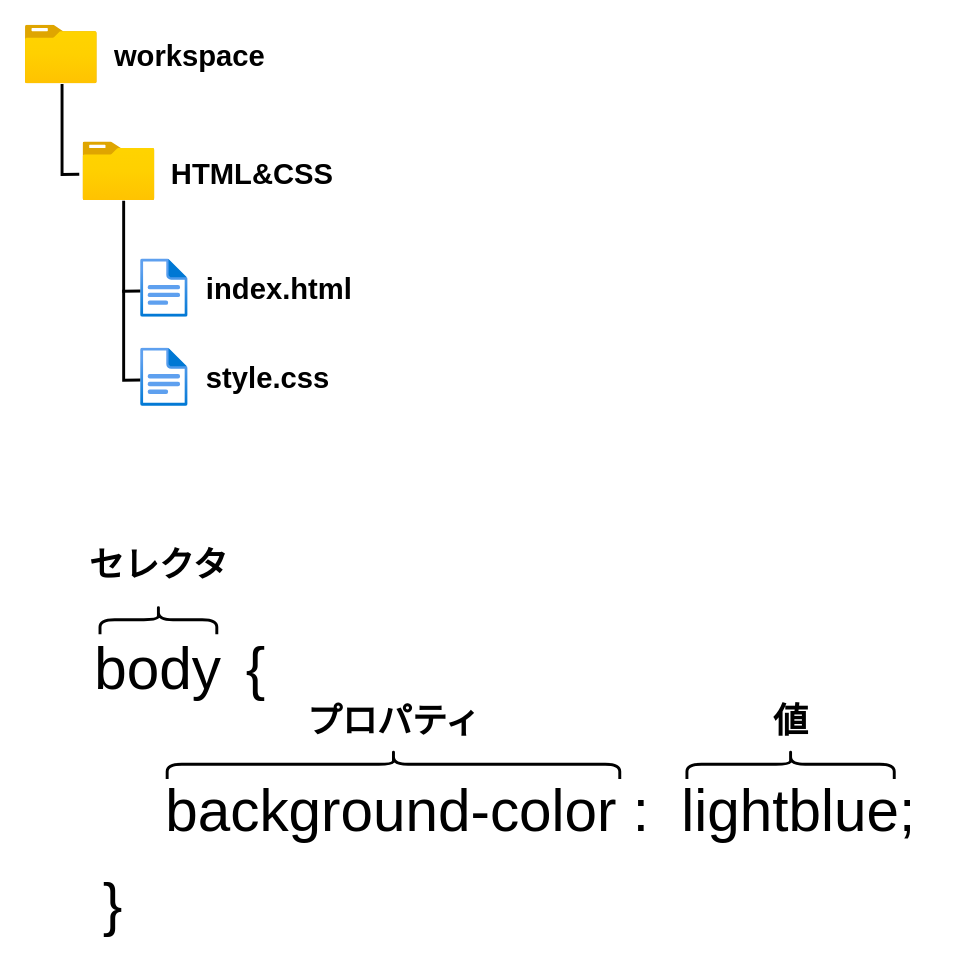
The draw.io diagram content/blog/HelloWeb/03/images/image.drawio in kento-yoshidu/haskell, before the edit. Source tidied: cells renumbered, new cells numbered last; positions are measured from the earlier drawing's top-left corner, leaving out a move shared by most shapes. Both pictures are drawn from the tidied source at 146%, with x=0, y=0 at pixel (25, 25).
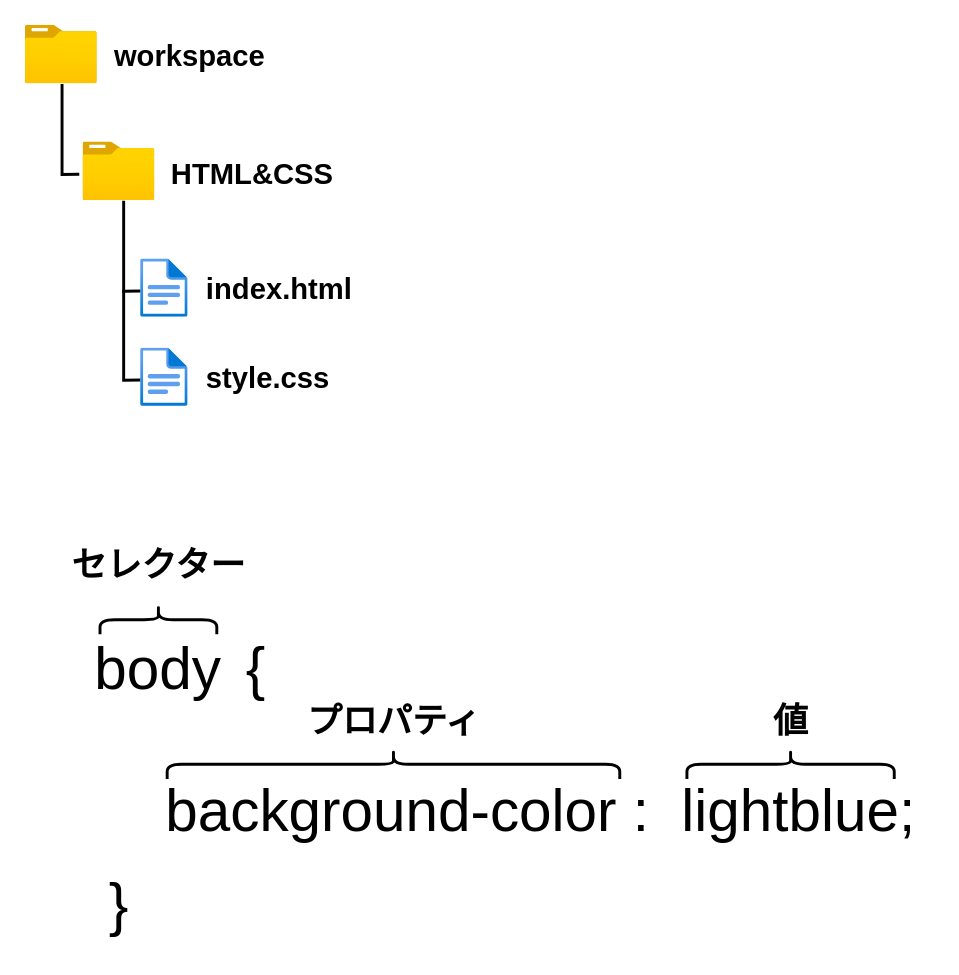
After the change.

Diff of the diagram source:
```diff
@@
-    <mxCell id="3" value="セレクタ" style="text;strokeColor=none;fillColor=none;html=1;fontSize=24;fontStyle=1;verticalAlign=middle;align=center;" parent="1" vertex="1">
+    <mxCell id="3" value="セレクター" style="text;strokeColor=none;fillColor=none;html=1;fontSize=24;fontStyle=1;verticalAlign=middle;align=center;" parent="1" vertex="1">
       <mxGeometry x="41" y="350" width="100" height="40" as="geometry" />
     </mxCell>
@@
     <mxCell id="7" value="{" style="text;html=1;strokeColor=none;fillColor=none;align=center;verticalAlign=middle;whiteSpace=wrap;rounded=0;fontSize=40;rotation=-180;" parent="1" vertex="1">
-      <mxGeometry y="590" width="120" height="40" as="geometry" />
+      <mxGeometry x="29.1" y="590" width="70" height="40" as="geometry" />
     </mxCell>
```
